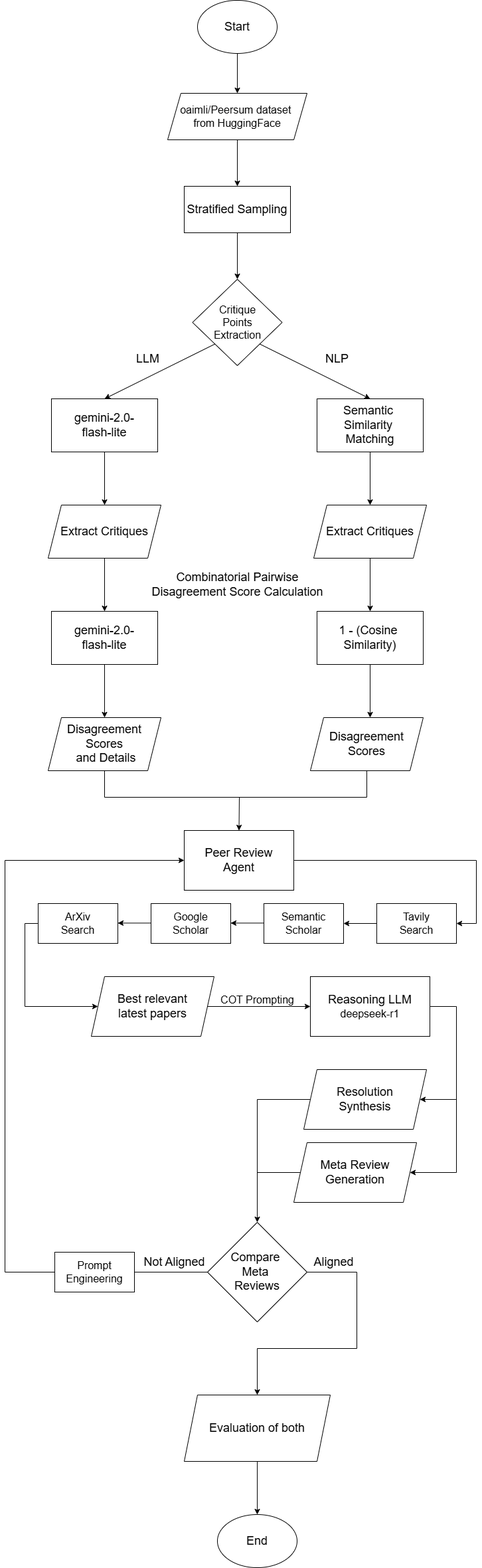
Before: workflow_drawio.png, a diagram exported from draw.io (AnonymousSubmission45/MetaSearch). Source tidied: cells renumbered, new cells last; positions are measured from the earlier drawing's top-left corner, leaving out a move shared by most shapes.
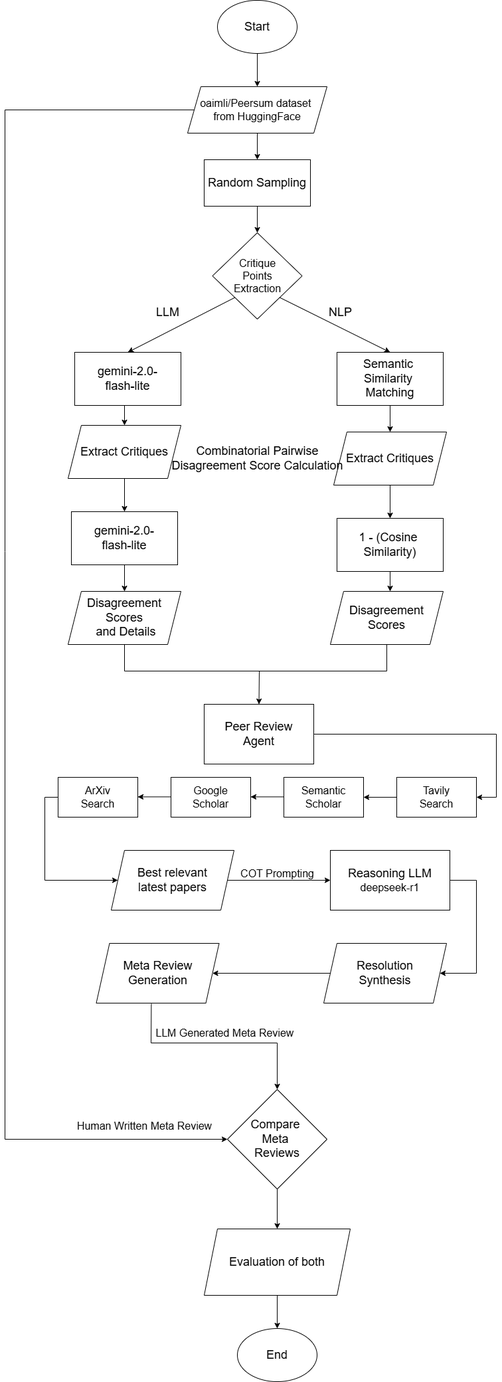
Above is the later version.

What changed in the source:
```diff
@@ -3,31 +3,27 @@
     <mxCell id="0" />
     <mxCell id="1" parent="0" />
     <mxCell id="2" value="&lt;font style=&quot;font-size: 18px;&quot;&gt;Start&lt;/font&gt;" style="ellipse;whiteSpace=wrap;html=1;" parent="1" vertex="1">
-      <mxGeometry x="290" width="120" height="80" as="geometry" />
+      <mxGeometry x="290" y="190" width="120" height="80" as="geometry" />
     </mxCell>
-    <mxCell id="3" style="endArrow=classic;html=1;rounded=0;exitX=0.5;exitY=1;exitDx=0;exitDy=0;" parent="1" edge="1" source="2">
+    <mxCell id="3" style="endArrow=classic;html=1;rounded=0;entryX=0.5;entryY=0;entryDx=0;entryDy=0;" parent="1" edge="1" target="4">
       <mxGeometry relative="1" as="geometry">
-        <mxPoint x="350" y="140" as="targetPoint" />
+        <mxPoint x="350" y="270" as="sourcePoint" />
       </mxGeometry>
     </mxCell>
     <mxCell id="4" value="&lt;font style=&quot;font-size: 16px;&quot;&gt;&lt;font style=&quot;&quot;&gt;oaimli/Peersum&amp;nbsp;&lt;span style=&quot;background-color: transparent; color: light-dark(rgb(0, 0, 0), rgb(255, 255, 255));&quot;&gt;dataset&amp;nbsp;&lt;/span&gt;&lt;/font&gt;&lt;/font&gt;&lt;div&gt;&lt;font style=&quot;font-size: 16px;&quot;&gt;&lt;span style=&quot;background-color: transparent; color: light-dark(rgb(0, 0, 0), rgb(255, 255, 255));&quot;&gt;from HuggingFace&lt;/span&gt;&lt;/font&gt;&lt;/div&gt;" style="shape=parallelogram;perimeter=parallelogramPerimeter;whiteSpace=wrap;html=1;fixedSize=1;" parent="1" vertex="1">
-      <mxGeometry x="245" y="140" width="210" height="70" as="geometry" />
+      <mxGeometry x="245" y="320" width="210" height="70" as="geometry" />
     </mxCell>
-    <mxCell id="5" value="&lt;font style=&quot;font-size: 18px;&quot;&gt;Stratified Sampling&lt;/font&gt;" style="rounded=0;whiteSpace=wrap;html=1;" parent="1" vertex="1">
-      <mxGeometry x="270" y="280" width="160" height="70" as="geometry" />
+    <mxCell id="5" value="&lt;font style=&quot;font-size: 18px;&quot;&gt;Random Sampling&lt;/font&gt;" style="rounded=0;whiteSpace=wrap;html=1;" parent="1" vertex="1">
+      <mxGeometry x="270" y="430" width="160" height="70" as="geometry" />
     </mxCell>
-    <mxCell id="6" style="endArrow=classic;html=1;rounded=0;exitX=0.5;exitY=1;exitDx=0;exitDy=0;" parent="1" edge="1" source="5">
-      <mxGeometry relative="1" as="geometry">
-        <mxPoint x="350" y="420" as="targetPoint" />
-      </mxGeometry>
+    <mxCell id="6" style="endArrow=classic;html=1;rounded=0;exitX=0.5;exitY=1;exitDx=0;exitDy=0;entryX=0.5;entryY=0;entryDx=0;entryDy=0;" parent="1" edge="1" source="5" target="7">
+      <mxGeometry relative="1" as="geometry" />
     </mxCell>
     <mxCell id="7" value="&lt;font size=&quot;3&quot;&gt;Critique&lt;/font&gt;&lt;div&gt;&lt;font size=&quot;3&quot;&gt;Points&lt;/font&gt;&lt;/div&gt;&lt;div&gt;&lt;font size=&quot;3&quot;&gt;Extraction&lt;/font&gt;&lt;/div&gt;" style="rhombus;whiteSpace=wrap;html=1;" parent="1" vertex="1">
-      <mxGeometry x="282.5" y="420" width="135" height="130" as="geometry" />
+      <mxGeometry x="282.5" y="540" width="135" height="130" as="geometry" />
     </mxCell>
-    <mxCell id="8" style="endArrow=classic;html=1;rounded=0;exitX=0.5;exitY=1;exitDx=0;exitDy=0;" parent="1" edge="1" source="4">
-      <mxGeometry relative="1" as="geometry">
-        <mxPoint x="350" y="280" as="targetPoint" />
-      </mxGeometry>
+    <mxCell id="8" style="endArrow=classic;html=1;rounded=0;exitX=0.5;exitY=1;exitDx=0;exitDy=0;entryX=0.5;entryY=0;entryDx=0;entryDy=0;" parent="1" edge="1" source="4" target="5">
+      <mxGeometry relative="1" as="geometry" />
     </mxCell>
     <mxCell id="9" style="endArrow=classic;html=1;rounded=0;exitX=0;exitY=1;exitDx=0;exitDy=0;entryX=0.5;entryY=0;entryDx=0;entryDy=0;" parent="1" edge="1" source="7" target="11">
       <mxGeometry relative="1" as="geometry" />
@@ -36,49 +32,42 @@
       <mxGeometry relative="1" as="geometry" />
     </mxCell>
     <mxCell id="11" value="&lt;div&gt;&lt;span style=&quot;font-size: 18px;&quot;&gt;gemini-2.0-&lt;/span&gt;&lt;/div&gt;&lt;div&gt;&lt;span style=&quot;font-size: 18px;&quot;&gt;flash-lite&lt;/span&gt;&lt;/div&gt;" style="rounded=0;whiteSpace=wrap;html=1;" parent="1" vertex="1">
-      <mxGeometry x="70" y="600" width="160" height="80" as="geometry" />
+      <mxGeometry x="75" y="720" width="160" height="80" as="geometry" />
     </mxCell>
     <mxCell id="12" value="&lt;font style=&quot;font-size: 18px;&quot;&gt;Semantic&amp;nbsp;&lt;/font&gt;&lt;div&gt;&lt;font style=&quot;font-size: 18px;&quot;&gt;Similarity&amp;nbsp;&lt;/font&gt;&lt;/div&gt;&lt;div&gt;&lt;font style=&quot;font-size: 18px;&quot;&gt;Matching&lt;/font&gt;&lt;/div&gt;" style="rounded=0;whiteSpace=wrap;html=1;" parent="1" vertex="1">
-      <mxGeometry x="470" y="600" width="160" height="80" as="geometry" />
+      <mxGeometry x="470" y="720" width="160" height="80" as="geometry" />
     </mxCell>
     <mxCell id="13" value="&lt;font style=&quot;font-size: 18px;&quot;&gt;LLM&lt;/font&gt;" style="text;html=1;align=center;verticalAlign=middle;strokeColor=none;fillColor=none;" parent="1" vertex="1">
-      <mxGeometry x="185" y="520" width="60" height="40" as="geometry" />
+      <mxGeometry x="185" y="640" width="60" height="40" as="geometry" />
     </mxCell>
     <mxCell id="14" value="&lt;span style=&quot;font-size: 18px;&quot;&gt;NLP&lt;/span&gt;" style="text;html=1;align=center;verticalAlign=middle;strokeColor=none;fillColor=none;" parent="1" vertex="1">
-      <mxGeometry x="470" y="520" width="60" height="40" as="geometry" />
+      <mxGeometry x="445" y="640" width="60" height="40" as="geometry" />
     </mxCell>
-    <mxCell id="15" style="endArrow=classic;html=1;rounded=0;exitX=0.5;exitY=1;exitDx=0;exitDy=0;" parent="1" edge="1">
+    <mxCell id="15" style="endArrow=classic;html=1;rounded=0;" parent="1" edge="1" target="17">
       <mxGeometry relative="1" as="geometry">
-        <mxPoint x="150" y="680" as="sourcePoint" />
-        <mxPoint x="150" y="760" as="targetPoint" />
+        <mxPoint x="150" y="800" as="sourcePoint" />
       </mxGeometry>
     </mxCell>
-    <mxCell id="16" style="endArrow=classic;html=1;rounded=0;exitX=0.5;exitY=1;exitDx=0;exitDy=0;" parent="1" edge="1" source="12">
-      <mxGeometry relative="1" as="geometry">
-        <mxPoint x="550" y="760" as="targetPoint" />
-      </mxGeometry>
+    <mxCell id="16" style="endArrow=classic;html=1;rounded=0;exitX=0.5;exitY=1;exitDx=0;exitDy=0;entryX=0.5;entryY=0;entryDx=0;entryDy=0;" parent="1" edge="1" source="12" target="18">
+      <mxGeometry relative="1" as="geometry" />
     </mxCell>
     <mxCell id="17" value="&lt;span style=&quot;font-size: 18px;&quot;&gt;Extract Critiques&lt;/span&gt;" style="shape=parallelogram;perimeter=parallelogramPerimeter;whiteSpace=wrap;html=1;fixedSize=1;" parent="1" vertex="1">
-      <mxGeometry x="65" y="760" width="170" height="80" as="geometry" />
+      <mxGeometry x="65" y="830" width="170" height="80" as="geometry" />
     </mxCell>
     <mxCell id="18" value="&lt;span style=&quot;font-size: 18px;&quot;&gt;Extract Critiques&lt;/span&gt;" style="shape=parallelogram;perimeter=parallelogramPerimeter;whiteSpace=wrap;html=1;fixedSize=1;" parent="1" vertex="1">
-      <mxGeometry x="465" y="760" width="170" height="80" as="geometry" />
+      <mxGeometry x="465" y="840" width="170" height="80" as="geometry" />
     </mxCell>
-    <mxCell id="19" style="endArrow=classic;html=1;rounded=0;exitX=0.5;exitY=1;exitDx=0;exitDy=0;" parent="1" edge="1" source="17">
-      <mxGeometry relative="1" as="geometry">
-        <mxPoint x="150" y="920" as="targetPoint" />
-      </mxGeometry>
+    <mxCell id="19" style="endArrow=classic;html=1;rounded=0;exitX=0.5;exitY=1;exitDx=0;exitDy=0;entryX=0.5;entryY=0;entryDx=0;entryDy=0;" parent="1" edge="1" source="17" target="21">
+      <mxGeometry relative="1" as="geometry" />
     </mxCell>
-    <mxCell id="20" style="endArrow=classic;html=1;rounded=0;exitX=0.5;exitY=1;exitDx=0;exitDy=0;" parent="1" edge="1" source="18">
-      <mxGeometry relative="1" as="geometry">
-        <mxPoint x="550" y="920" as="targetPoint" />
-      </mxGeometry>
+    <mxCell id="20" style="endArrow=classic;html=1;rounded=0;exitX=0.5;exitY=1;exitDx=0;exitDy=0;entryX=0.5;entryY=0;entryDx=0;entryDy=0;" parent="1" edge="1" source="18" target="22">
+      <mxGeometry relative="1" as="geometry" />
     </mxCell>
     <mxCell id="21" value="&lt;div&gt;&lt;span style=&quot;font-size: 18px;&quot;&gt;gemini-2.0-&lt;/span&gt;&lt;/div&gt;&lt;div&gt;&lt;span style=&quot;font-size: 18px;&quot;&gt;flash-lite&lt;/span&gt;&lt;/div&gt;" style="rounded=0;whiteSpace=wrap;html=1;" parent="1" vertex="1">
-      <mxGeometry x="70" y="920" width="160" height="80" as="geometry" />
+      <mxGeometry x="70" y="960" width="160" height="80" as="geometry" />
     </mxCell>
     <mxCell id="22" value="&lt;span style=&quot;font-size: 18px;&quot;&gt;1 - (Cosine&amp;nbsp;&lt;/span&gt;&lt;div&gt;&lt;span style=&quot;font-size: 18px;&quot;&gt;Similarity)&lt;/span&gt;&lt;/div&gt;" style="rounded=0;whiteSpace=wrap;html=1;" parent="1" vertex="1">
-      <mxGeometry x="470" y="920" width="160" height="80" as="geometry" />
+      <mxGeometry x="470" y="970" width="160" height="80" as="geometry" />
     </mxCell>
     <mxCell id="23" style="endArrow=classic;html=1;rounded=0;exitX=0.5;exitY=1;exitDx=0;exitDy=0;" parent="1" edge="1" source="21">
       <mxGeometry relative="1" as="geometry">
@@ -176,7 +165,7 @@
       </mxGeometry>
     </mxCell>
     <mxCell id="45" value="&lt;font style=&quot;font-size: 18px;&quot;&gt;Compare&amp;nbsp;&lt;/font&gt;&lt;div&gt;&lt;font style=&quot;font-size: 18px;&quot;&gt;Meta&amp;nbsp;&lt;/font&gt;&lt;/div&gt;&lt;div&gt;&lt;font style=&quot;font-size: 18px;&quot;&gt;Reviews&lt;/font&gt;&lt;/div&gt;" style="rhombus;whiteSpace=wrap;html=1;" parent="1" vertex="1">
-      <mxGeometry x="305" y="1840" width="150" height="150" as="geometry" />
+      <mxGeometry x="305" y="1830" width="150" height="150" as="geometry" />
     </mxCell>
     <mxCell id="46" style="endArrow=classic;html=1;rounded=0;exitX=1;exitY=0.5;exitDx=0;exitDy=0;entryX=1;entryY=0.5;entryDx=0;entryDy=0;" parent="1" edge="1" source="29" target="30">
       <mxGeometry relative="1" as="geometry">
@@ -186,41 +175,11 @@
         </Array>
       </mxGeometry>
     </mxCell>
-    <mxCell id="47" style="endArrow=classic;html=1;rounded=0;exitX=1;exitY=0.5;exitDx=0;exitDy=0;entryX=0.5;entryY=0;entryDx=0;entryDy=0;" parent="1" edge="1" source="45" target="49">
-      <mxGeometry relative="1" as="geometry">
-        <Array as="points">
-          <mxPoint x="530" y="1915" />
-          <mxPoint x="530" y="2030" />
-          <mxPoint x="380" y="2030" />
-        </Array>
-      </mxGeometry>
-    </mxCell>
-    <mxCell id="48" value="&lt;font style=&quot;font-size: 18px;&quot;&gt;Aligned&lt;/font&gt;" style="text;html=1;align=center;verticalAlign=middle;strokeColor=none;fillColor=none;" parent="1" vertex="1">
-      <mxGeometry x="455" y="1880" width="80" height="40" as="geometry" />
-    </mxCell>
     <mxCell id="49" value="&lt;span style=&quot;font-size: 18px;&quot;&gt;Evaluation of both&lt;/span&gt;" style="shape=parallelogram;perimeter=parallelogramPerimeter;whiteSpace=wrap;html=1;fixedSize=1;" parent="1" vertex="1">
-      <mxGeometry x="270" y="2100" width="220" height="100" as="geometry" />
+      <mxGeometry x="270" y="2040" width="220" height="100" as="geometry" />
     </mxCell>
-    <mxCell id="50" style="endArrow=classic;html=1;rounded=0;entryX=0;entryY=0.5;entryDx=0;entryDy=0;" parent="1" edge="1" target="29">
-      <mxGeometry relative="1" as="geometry">
-        <mxPoint x="80" y="1915" as="sourcePoint" />
-        <Array as="points">
-          <mxPoint y="1915" />
-          <mxPoint y="1295" />
-        </Array>
-      </mxGeometry>
-    </mxCell>
-    <mxCell id="51" value="&lt;font style=&quot;font-size: 18px;&quot;&gt;Not Aligned&lt;/font&gt;" style="text;html=1;align=center;verticalAlign=middle;strokeColor=none;fillColor=none;" parent="1" vertex="1">
-      <mxGeometry x="195" y="1880" width="120" height="40" as="geometry" />
-    </mxCell>
-    <mxCell id="52" value="&lt;font style=&quot;font-size: 16px;&quot;&gt;Prompt Engineering&lt;/font&gt;" style="rounded=0;whiteSpace=wrap;html=1;" parent="1" vertex="1">
-      <mxGeometry x="75" y="1885" width="120" height="60" as="geometry" />
-    </mxCell>
-    <mxCell id="53" style="endArrow=none;html=1;rounded=0;exitX=1;exitY=0.5;exitDx=0;exitDy=0;" parent="1" edge="1" source="52" target="45">
-      <mxGeometry relative="1" as="geometry" />
-    </mxCell>
     <mxCell id="54" value="&lt;font style=&quot;font-size: 18px;&quot;&gt;End&lt;/font&gt;" style="ellipse;whiteSpace=wrap;html=1;" parent="1" vertex="1">
-      <mxGeometry x="320" y="2280" width="120" height="80" as="geometry" />
+      <mxGeometry x="320" y="2190" width="120" height="80" as="geometry" />
     </mxCell>
     <mxCell id="55" style="endArrow=classic;html=1;rounded=0;exitX=0.5;exitY=1;exitDx=0;exitDy=0;entryX=0.5;entryY=0;entryDx=0;entryDy=0;" parent="1" edge="1" source="49" target="54">
       <mxGeometry relative="1" as="geometry" />
@@ -229,7 +188,7 @@
       <mxGeometry x="460" y="1470" width="180" height="90" as="geometry" />
     </mxCell>
     <mxCell id="57" value="&lt;span style=&quot;font-size: 18px;&quot;&gt;Meta Review&lt;/span&gt;&lt;div&gt;&lt;span style=&quot;font-size: 18px;&quot;&gt;Generation&lt;/span&gt;&lt;/div&gt;" style="shape=parallelogram;perimeter=parallelogramPerimeter;whiteSpace=wrap;html=1;fixedSize=1;" parent="1" vertex="1">
-      <mxGeometry x="435" y="1720" width="185" height="90" as="geometry" />
+      <mxGeometry x="107.5" y="1610" width="185" height="90" as="geometry" />
     </mxCell>
     <mxCell id="58" style="endArrow=classic;html=1;rounded=0;exitX=1;exitY=0.5;exitDx=0;exitDy=0;entryX=1;entryY=0.5;entryDx=0;entryDy=0;" parent="1" edge="1" source="56" target="43">
       <mxGeometry relative="1" as="geometry">
@@ -239,25 +198,34 @@
         </Array>
       </mxGeometry>
     </mxCell>
-    <mxCell id="59" style="endArrow=classic;html=1;rounded=0;entryX=1;entryY=0.5;entryDx=0;entryDy=0;" parent="1" edge="1" target="57">
-      <mxGeometry relative="1" as="geometry">
-        <mxPoint x="680" y="1650" as="sourcePoint" />
-        <Array as="points">
-          <mxPoint x="680" y="1765" />
-        </Array>
-      </mxGeometry>
-    </mxCell>
-    <mxCell id="60" style="endArrow=classic;html=1;rounded=0;exitX=0;exitY=0.5;exitDx=0;exitDy=0;entryX=0.5;entryY=0;entryDx=0;entryDy=0;" parent="1" edge="1" source="43" target="45">
-      <mxGeometry relative="1" as="geometry">
-        <Array as="points">
-          <mxPoint x="380" y="1655" />
-        </Array>
-      </mxGeometry>
-    </mxCell>
-    <mxCell id="61" style="endArrow=none;html=1;rounded=0;exitX=0;exitY=0.5;exitDx=0;exitDy=0;" parent="1" edge="1" source="57">
-      <mxGeometry relative="1" as="geometry">
-        <mxPoint x="380" y="1765" as="targetPoint" />
-      </mxGeometry>
-    </mxCell>
+    <mxCell id="62" style="endArrow=classic;html=1;rounded=0;exitX=0;exitY=0.5;exitDx=0;exitDy=0;entryX=0;entryY=0.5;entryDx=0;entryDy=0;" parent="1" edge="1" source="4" target="45">
+      <mxGeometry relative="1" as="geometry">
+        <Array as="points">
+          <mxPoint x="-30" y="355" />
+          <mxPoint x="-30" y="1020" />
+          <mxPoint x="-30" y="1905" />
+        </Array>
+      </mxGeometry>
+    </mxCell>
+    <mxCell id="63" value="&lt;font style=&quot;font-size: 16px;&quot;&gt;Human Written Meta Review&lt;/font&gt;" style="text;html=1;align=center;verticalAlign=middle;strokeColor=none;fillColor=none;" parent="1" vertex="1">
+      <mxGeometry x="65" y="1870" width="230" height="30" as="geometry" />
+    </mxCell>
+    <mxCell id="64" value="&lt;font style=&quot;font-size: 16px;&quot;&gt;&lt;span style=&quot;white-space: pre;&quot;&gt;&#9;&lt;/span&gt;LLM Generated&amp;nbsp;Meta Review&lt;/font&gt;" style="text;html=1;align=center;verticalAlign=middle;strokeColor=none;fillColor=none;rotation=0;" parent="1" vertex="1">
+      <mxGeometry x="147.5" y="1730" width="270" height="30" as="geometry" />
+    </mxCell>
+    <mxCell id="47" style="endArrow=classic;html=1;rounded=0;entryX=0.5;entryY=0;entryDx=0;entryDy=0;exitX=0.5;exitY=1;exitDx=0;exitDy=0;" parent="1" edge="1" source="45" target="49">
+      <mxGeometry relative="1" as="geometry" />
+    </mxCell>
+    <mxCell id="65" style="endArrow=classic;html=1;rounded=0;entryX=1;entryY=0.5;entryDx=0;entryDy=0;exitX=0;exitY=0.5;exitDx=0;exitDy=0;" parent="1" edge="1" source="43" target="57">
+      <mxGeometry relative="1" as="geometry" />
+    </mxCell>
+    <mxCell id="66" style="endArrow=classic;html=1;rounded=0;exitX=0.448;exitY=1.013;exitDx=0;exitDy=0;exitPerimeter=0;entryX=0.5;entryY=0;entryDx=0;entryDy=0;" parent="1" edge="1" source="57" target="45">
+      <mxGeometry relative="1" as="geometry">
+        <Array as="points">
+          <mxPoint x="190" y="1760" />
+          <mxPoint x="380" y="1760" />
+        </Array>
+      </mxGeometry>
+    </mxCell>
   </root>
 </mxGraphModel>
```
